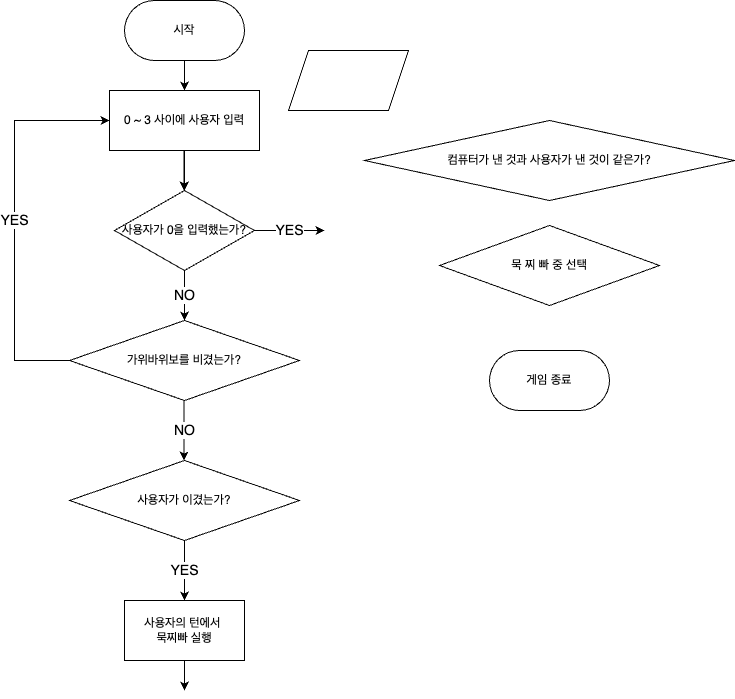
Before: MukChiBbaGame.png, a diagram exported from draw.io (yagom-academy/ios-rock-paper-scissors). Source tidied: cells renumbered, new cells last; positions are measured from the earlier drawing's top-left corner, leaving out a move shared by most shapes.
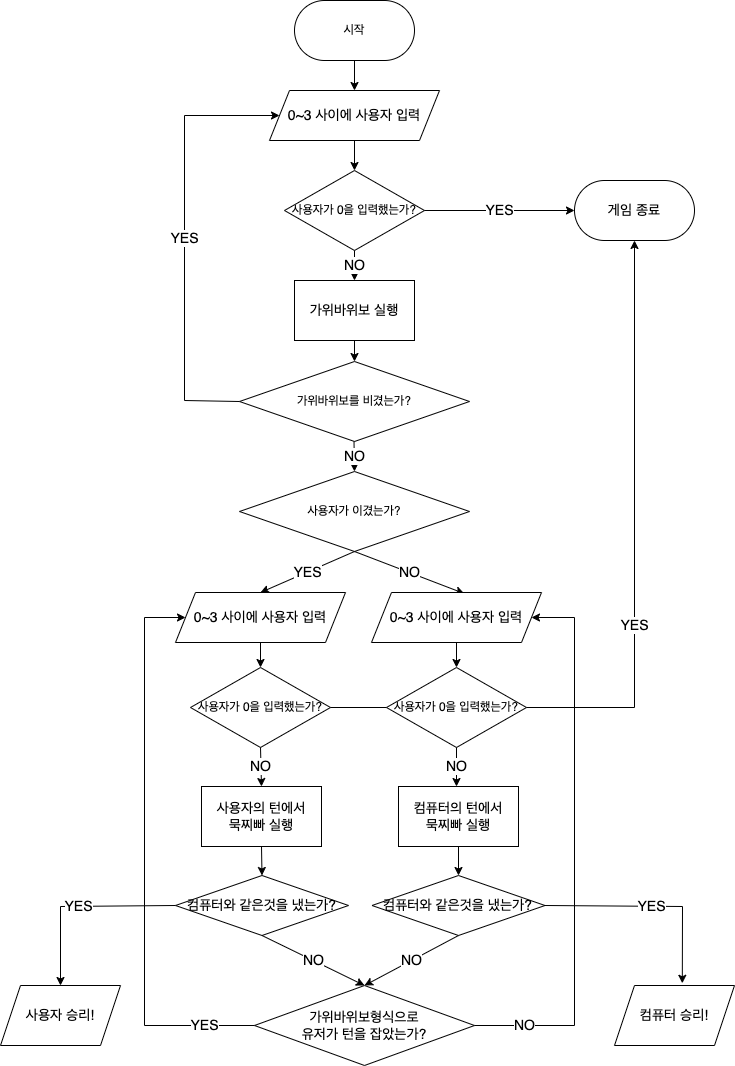
After the commit.

Commit message:
docs: 순서도 완성

The edit, as a diff of the source:
```diff
@@ -3,82 +3,157 @@
     <mxCell id="0" />
     <mxCell id="1" parent="0" />
     <mxCell id="2" value="시작" style="rounded=1;whiteSpace=wrap;html=1;arcSize=50;" parent="1" vertex="1">
-      <mxGeometry x="110" width="120" height="60" as="geometry" />
+      <mxGeometry x="110" y="-30" width="120" height="60" as="geometry" />
     </mxCell>
     <mxCell id="3" value="가위바위보를 비겼는가?" style="rhombus;whiteSpace=wrap;html=1;" parent="1" vertex="1">
-      <mxGeometry x="55" y="320" width="230" height="80" as="geometry" />
+      <mxGeometry x="55" y="331" width="230" height="80" as="geometry" />
     </mxCell>
-    <mxCell id="4" value="사용자의 턴에서 &lt;br&gt;묵찌빠 실행" style="rounded=0;whiteSpace=wrap;html=1;" parent="1" vertex="1">
-      <mxGeometry x="110" y="600" width="120" height="60" as="geometry" />
-    </mxCell>
-    <mxCell id="5" value="묵 찌 빠 중 선택" style="rhombus;whiteSpace=wrap;html=1;" parent="1" vertex="1">
-      <mxGeometry x="425" y="225" width="220" height="80" as="geometry" />
-    </mxCell>
-    <mxCell id="6" value="컴퓨터가 낸 것과 사용자가 낸 것이 같은가?" style="rhombus;whiteSpace=wrap;html=1;" parent="1" vertex="1">
-      <mxGeometry x="350" y="120" width="370" height="80" as="geometry" />
-    </mxCell>
-    <mxCell id="7" value="게임 종료" style="rounded=1;whiteSpace=wrap;html=1;arcSize=50;" parent="1" vertex="1">
-      <mxGeometry x="475" y="350" width="120" height="60" as="geometry" />
-    </mxCell>
-    <mxCell id="8" style="endArrow=classic;html=1;rounded=0;entryX=0.5;entryY=0;entryDx=0;entryDy=0;" parent="1" edge="1" target="10">
-      <mxGeometry relative="1" as="geometry">
-        <mxPoint x="170" y="60" as="sourcePoint" />
-      </mxGeometry>
+    <mxCell id="8" style="endArrow=classic;html=1;rounded=0;exitX=0.5;exitY=1;exitDx=0;exitDy=0;entryX=0.5;entryY=0;entryDx=0;entryDy=0;" parent="1" edge="1" source="2" target="23">
+      <mxGeometry relative="1" as="geometry" />
     </mxCell>
-    <mxCell id="9" style="edgeStyle=orthogonalEdgeStyle;rounded=0;jettySize=auto;html=1;fontSize=14;" parent="1" edge="1" source="10" target="11">
-      <mxGeometry relative="1" as="geometry" />
-    </mxCell>
-    <mxCell id="10" value="0 ~ 3 사이에 사용자 입력" style="rounded=0;whiteSpace=wrap;html=1;" parent="1" vertex="1">
-      <mxGeometry x="95" y="90" width="150" height="60" as="geometry" />
-    </mxCell>
     <mxCell id="11" value="사용자가 0을 입력했는가?" style="rhombus;whiteSpace=wrap;html=1;" parent="1" vertex="1">
-      <mxGeometry x="100" y="190" width="140" height="80" as="geometry" />
+      <mxGeometry x="100" y="140" width="140" height="80" as="geometry" />
     </mxCell>
-    <mxCell id="12" value="&lt;font style=&quot;font-size: 14px;&quot;&gt;YES&lt;/font&gt;" style="endArrow=classic;html=1;rounded=0;exitX=1;exitY=0.5;exitDx=0;exitDy=0;" parent="1" edge="1" source="11">
-      <mxGeometry relative="1" as="geometry">
-        <mxPoint x="310" y="230" as="targetPoint" />
-      </mxGeometry>
+    <mxCell id="12" value="&lt;font style=&quot;font-size: 14px;&quot;&gt;YES&lt;/font&gt;" style="endArrow=classic;html=1;rounded=0;exitX=1;exitY=0.5;exitDx=0;exitDy=0;entryX=0;entryY=0.5;entryDx=0;entryDy=0;" parent="1" edge="1" source="11" target="7">
+      <mxGeometry relative="1" as="geometry" />
     </mxCell>
-    <mxCell id="13" style="endArrow=classic;html=1;rounded=0;exitX=0.5;exitY=1;exitDx=0;exitDy=0;entryX=0.5;entryY=0;entryDx=0;entryDy=0;" parent="1" edge="1">
-      <mxGeometry relative="1" as="geometry">
-        <mxPoint x="169.5" y="150" as="sourcePoint" />
-        <mxPoint x="169.5" y="190" as="targetPoint" />
-      </mxGeometry>
-    </mxCell>
     <mxCell id="14" value="&lt;font style=&quot;font-size: 14px;&quot;&gt;NO&lt;/font&gt;" style="endArrow=classic;html=1;rounded=0;exitX=0.5;exitY=1;exitDx=0;exitDy=0;" parent="1" edge="1" source="11">
       <mxGeometry relative="1" as="geometry">
-        <mxPoint x="170" y="320" as="targetPoint" />
+        <mxPoint x="170" y="250" as="targetPoint" />
       </mxGeometry>
     </mxCell>
-    <mxCell id="15" value="&lt;font style=&quot;font-size: 14px;&quot;&gt;YES&lt;/font&gt;" style="endArrow=classic;html=1;rounded=0;exitX=0;exitY=0.5;exitDx=0;exitDy=0;entryX=0;entryY=0.5;entryDx=0;entryDy=0;" parent="1" edge="1" source="3" target="10">
+    <mxCell id="15" value="&lt;font style=&quot;font-size: 14px;&quot;&gt;YES&lt;/font&gt;" style="endArrow=classic;html=1;rounded=0;exitX=0;exitY=0.5;exitDx=0;exitDy=0;entryX=0;entryY=0.5;entryDx=0;entryDy=0;" parent="1" edge="1" source="3" target="23">
       <mxGeometry relative="1" as="geometry">
         <Array as="points">
-          <mxPoint y="360" />
-          <mxPoint y="120" />
+          <mxPoint y="370" />
+          <mxPoint y="85" />
         </Array>
       </mxGeometry>
     </mxCell>
-    <mxCell id="16" value="&lt;font style=&quot;font-size: 14px;&quot;&gt;NO&lt;/font&gt;" style="endArrow=classic;html=1;rounded=0;entryX=0.5;entryY=0;entryDx=0;entryDy=0;exitX=0.5;exitY=1;exitDx=0;exitDy=0;" parent="1" edge="1">
+    <mxCell id="16" value="&lt;font style=&quot;font-size: 14px;&quot;&gt;NO&lt;/font&gt;" style="endArrow=classic;html=1;rounded=0;entryX=0.5;entryY=0;entryDx=0;entryDy=0;exitX=0.5;exitY=1;exitDx=0;exitDy=0;" parent="1" edge="1" target="17">
       <mxGeometry relative="1" as="geometry">
-        <mxPoint x="169.5" y="400" as="sourcePoint" />
-        <mxPoint x="169.5" y="460" as="targetPoint" />
+        <mxPoint x="169.5" y="411" as="sourcePoint" />
       </mxGeometry>
     </mxCell>
     <mxCell id="17" value="사용자가 이겼는가?" style="rhombus;whiteSpace=wrap;html=1;" parent="1" vertex="1">
-      <mxGeometry x="55" y="460" width="230" height="80" as="geometry" />
+      <mxGeometry x="55" y="441" width="230" height="80" as="geometry" />
     </mxCell>
-    <mxCell id="18" value="&lt;font style=&quot;font-size: 14px;&quot;&gt;YES&lt;/font&gt;" style="endArrow=classic;html=1;rounded=0;exitX=0.5;exitY=1;exitDx=0;exitDy=0;" parent="1" edge="1" source="17">
-      <mxGeometry relative="1" as="geometry">
-        <mxPoint x="170" y="600" as="targetPoint" />
-      </mxGeometry>
+    <mxCell id="18" value="&lt;font style=&quot;font-size: 14px;&quot;&gt;YES&lt;/font&gt;" style="endArrow=classic;html=1;rounded=0;exitX=0.5;exitY=1;exitDx=0;exitDy=0;entryX=0.5;entryY=0;entryDx=0;entryDy=0;" parent="1" edge="1" source="17" target="25">
+      <mxGeometry relative="1" as="geometry" />
     </mxCell>
-    <mxCell id="19" style="endArrow=classic;html=1;rounded=0;fontSize=14;exitX=0.5;exitY=1;exitDx=0;exitDy=0;" parent="1" edge="1" source="4">
-      <mxGeometry relative="1" as="geometry">
-        <mxPoint x="170" y="690" as="targetPoint" />
-      </mxGeometry>
-    </mxCell>
-    <mxCell id="20" style="shape=parallelogram;perimeter=parallelogramPerimeter;whiteSpace=wrap;html=1;fixedSize=1;fontSize=14;" parent="1" vertex="1">
-      <mxGeometry x="274" y="50" width="120" height="60" as="geometry" />
-    </mxCell>
+    <mxCell id="21" value="사용자가 0을 입력했는가?" style="rhombus;whiteSpace=wrap;html=1;" parent="1" vertex="1">
+      <mxGeometry x="6" y="637" width="140" height="80" as="geometry" />
+    </mxCell>
+    <mxCell id="22" style="endArrow=classic;html=1;rounded=0;exitX=0.5;exitY=1;exitDx=0;exitDy=0;entryX=0.5;entryY=0;entryDx=0;entryDy=0;" parent="1" edge="1" source="25" target="21">
+      <mxGeometry relative="1" as="geometry" />
+    </mxCell>
+    <mxCell id="23" value="0~3 사이에 사용자 입력" style="shape=parallelogram;perimeter=parallelogramPerimeter;whiteSpace=wrap;html=1;fixedSize=1;fontSize=14;" parent="1" vertex="1">
+      <mxGeometry x="85" y="60" width="170" height="50" as="geometry" />
+    </mxCell>
+    <mxCell id="24" style="endArrow=classic;html=1;rounded=0;fontSize=14;exitX=0.5;exitY=1;exitDx=0;exitDy=0;entryX=0.5;entryY=0;entryDx=0;entryDy=0;" parent="1" edge="1" source="23" target="11">
+      <mxGeometry relative="1" as="geometry" />
+    </mxCell>
+    <mxCell id="25" value="0~3 사이에 사용자 입력" style="shape=parallelogram;perimeter=parallelogramPerimeter;whiteSpace=wrap;html=1;fixedSize=1;fontSize=14;" parent="1" vertex="1">
+      <mxGeometry x="-9" y="562" width="170" height="50" as="geometry" />
+    </mxCell>
+    <mxCell id="26" value="YES" style="endArrow=classic;html=1;rounded=0;fontSize=14;exitX=1;exitY=0.5;exitDx=0;exitDy=0;entryX=0.5;entryY=1;entryDx=0;entryDy=0;" parent="1" edge="1" source="21" target="7">
+      <mxGeometry relative="1" as="geometry">
+        <Array as="points">
+          <mxPoint x="450" y="677" />
+        </Array>
+      </mxGeometry>
+    </mxCell>
+    <mxCell id="7" value="게임 종료" style="rounded=1;whiteSpace=wrap;html=1;fontSize=14;arcSize=50;" parent="1" vertex="1">
+      <mxGeometry x="390" y="150" width="120" height="60" as="geometry" />
+    </mxCell>
+    <mxCell id="4" value="사용자의 턴에서&lt;br&gt;묵찌빠 실행" style="rounded=0;whiteSpace=wrap;html=1;fontSize=14;" parent="1" vertex="1">
+      <mxGeometry x="17" y="756" width="120" height="60" as="geometry" />
+    </mxCell>
+    <mxCell id="27" value="가위바위보 실행" style="rounded=0;whiteSpace=wrap;html=1;fontSize=14;" parent="1" vertex="1">
+      <mxGeometry x="110" y="250" width="120" height="60" as="geometry" />
+    </mxCell>
+    <mxCell id="28" style="endArrow=classic;html=1;rounded=0;fontSize=14;exitX=0.5;exitY=1;exitDx=0;exitDy=0;entryX=0.5;entryY=0;entryDx=0;entryDy=0;" parent="1" edge="1" source="27" target="3">
+      <mxGeometry relative="1" as="geometry" />
+    </mxCell>
+    <mxCell id="29" value="컴퓨터와 같은것을 냈는가?" style="rhombus;whiteSpace=wrap;html=1;fontSize=14;" parent="1" vertex="1">
+      <mxGeometry x="-9" y="845" width="173" height="60" as="geometry" />
+    </mxCell>
+    <mxCell id="30" style="endArrow=classic;html=1;rounded=0;fontSize=14;exitX=0.5;exitY=1;exitDx=0;exitDy=0;entryX=0.5;entryY=0;entryDx=0;entryDy=0;" parent="1" edge="1" source="4" target="29">
+      <mxGeometry relative="1" as="geometry" />
+    </mxCell>
+    <mxCell id="31" value="사용자 승리!" style="shape=parallelogram;perimeter=parallelogramPerimeter;whiteSpace=wrap;html=1;fixedSize=1;fontSize=14;" parent="1" vertex="1">
+      <mxGeometry x="-184" y="955" width="120" height="60" as="geometry" />
+    </mxCell>
+    <mxCell id="32" value="NO" style="endArrow=classic;html=1;rounded=0;fontSize=14;exitX=0.5;exitY=1;exitDx=0;exitDy=0;entryX=0.5;entryY=0;entryDx=0;entryDy=0;" parent="1" edge="1" source="29" target="33">
+      <mxGeometry relative="1" as="geometry" />
+    </mxCell>
+    <mxCell id="33" value="가위바위보형식으로&lt;br&gt;유저가 턴을 잡았는가?" style="rhombus;whiteSpace=wrap;html=1;fontSize=14;" parent="1" vertex="1">
+      <mxGeometry x="70" y="955" width="220" height="80" as="geometry" />
+    </mxCell>
+    <mxCell id="34" value="YES" style="endArrow=classic;html=1;rounded=0;fontSize=14;exitX=0;exitY=0.5;exitDx=0;exitDy=0;" parent="1" edge="1" source="29" target="31">
+      <mxGeometry relative="1" as="geometry">
+        <Array as="points">
+          <mxPoint x="-124" y="876" />
+        </Array>
+      </mxGeometry>
+    </mxCell>
+    <mxCell id="35" value="NO" style="endArrow=classic;html=1;rounded=0;fontSize=14;exitX=0.5;exitY=1;exitDx=0;exitDy=0;entryX=0.5;entryY=0;entryDx=0;entryDy=0;" parent="1" edge="1" source="21" target="4">
+      <mxGeometry relative="1" as="geometry" />
+    </mxCell>
+    <mxCell id="36" value="NO" style="endArrow=classic;html=1;rounded=0;fontSize=14;exitX=0.5;exitY=1;exitDx=0;exitDy=0;entryX=0.545;entryY=0.02;entryDx=0;entryDy=0;entryPerimeter=0;" parent="1" edge="1" source="17" target="37">
+      <mxGeometry relative="1" as="geometry" />
+    </mxCell>
+    <mxCell id="37" value="0~3 사이에 사용자 입력" style="shape=parallelogram;perimeter=parallelogramPerimeter;whiteSpace=wrap;html=1;fixedSize=1;fontSize=14;" parent="1" vertex="1">
+      <mxGeometry x="187" y="562" width="170" height="50" as="geometry" />
+    </mxCell>
+    <mxCell id="38" value="사용자가 0을 입력했는가?" style="rhombus;whiteSpace=wrap;html=1;" parent="1" vertex="1">
+      <mxGeometry x="202" y="637" width="140" height="80" as="geometry" />
+    </mxCell>
+    <mxCell id="39" style="endArrow=classic;html=1;rounded=0;fontSize=14;exitX=0.5;exitY=1;exitDx=0;exitDy=0;entryX=0.5;entryY=0;entryDx=0;entryDy=0;" parent="1" edge="1" source="37" target="38">
+      <mxGeometry relative="1" as="geometry" />
+    </mxCell>
+    <mxCell id="40" value="NO" style="endArrow=classic;html=1;rounded=0;fontSize=14;exitX=0.5;exitY=1;exitDx=0;exitDy=0;" parent="1" edge="1" source="38">
+      <mxGeometry relative="1" as="geometry">
+        <mxPoint x="272" y="756" as="targetPoint" />
+      </mxGeometry>
+    </mxCell>
+    <mxCell id="41" value="컴퓨터의 턴에서&lt;br&gt;묵찌빠 실행" style="rounded=0;whiteSpace=wrap;html=1;fontSize=14;" parent="1" vertex="1">
+      <mxGeometry x="214" y="756" width="120" height="60" as="geometry" />
+    </mxCell>
+    <mxCell id="42" value="컴퓨터와 같은것을 냈는가?" style="rhombus;whiteSpace=wrap;html=1;fontSize=14;" parent="1" vertex="1">
+      <mxGeometry x="187.5" y="845" width="173" height="60" as="geometry" />
+    </mxCell>
+    <mxCell id="43" style="endArrow=classic;html=1;rounded=0;fontSize=14;exitX=0.5;exitY=1;exitDx=0;exitDy=0;entryX=0.5;entryY=0;entryDx=0;entryDy=0;" parent="1" edge="1" source="41" target="42">
+      <mxGeometry relative="1" as="geometry" />
+    </mxCell>
+    <mxCell id="44" value="YES" style="endArrow=classic;html=1;rounded=0;fontSize=14;exitX=1;exitY=0.5;exitDx=0;exitDy=0;entryX=0.565;entryY=-0.037;entryDx=0;entryDy=0;entryPerimeter=0;" parent="1" edge="1" source="42" target="45">
+      <mxGeometry relative="1" as="geometry">
+        <Array as="points">
+          <mxPoint x="498" y="876" />
+        </Array>
+      </mxGeometry>
+    </mxCell>
+    <mxCell id="45" value="컴퓨터 승리!" style="shape=parallelogram;perimeter=parallelogramPerimeter;whiteSpace=wrap;html=1;fixedSize=1;fontSize=14;" parent="1" vertex="1">
+      <mxGeometry x="430" y="955" width="120" height="60" as="geometry" />
+    </mxCell>
+    <mxCell id="46" value="NO" style="endArrow=classic;html=1;rounded=0;fontSize=14;exitX=0.5;exitY=1;exitDx=0;exitDy=0;entryX=0.5;entryY=0;entryDx=0;entryDy=0;" parent="1" edge="1" source="42" target="33">
+      <mxGeometry relative="1" as="geometry" />
+    </mxCell>
+    <mxCell id="47" value="YES" style="endArrow=classic;html=1;rounded=0;fontSize=14;exitX=0;exitY=0.5;exitDx=0;exitDy=0;entryX=0;entryY=0.5;entryDx=0;entryDy=0;" parent="1" edge="1" source="33" target="25">
+      <mxGeometry x="-0.82" relative="1" as="geometry">
+        <Array as="points">
+          <mxPoint x="-40" y="995" />
+          <mxPoint x="-40" y="587" />
+        </Array>
+      </mxGeometry>
+    </mxCell>
+    <mxCell id="48" value="NO" style="endArrow=classic;html=1;rounded=0;fontSize=14;exitX=1;exitY=0.5;exitDx=0;exitDy=0;entryX=1;entryY=0.5;entryDx=0;entryDy=0;" parent="1" edge="1" source="33" target="37">
+      <mxGeometry x="-0.82" relative="1" as="geometry">
+        <Array as="points">
+          <mxPoint x="390" y="995" />
+          <mxPoint x="390" y="587" />
+        </Array>
+      </mxGeometry>
+    </mxCell>
   </root>
 </mxGraphModel>
```
